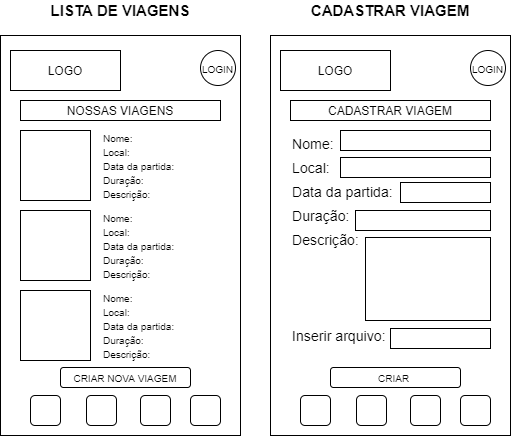
Before: semana10/LabeX/lista_cadastro-de-viagens.png, a diagram exported from draw.io (future4code/Carolina-Muniz). Source tidied: cells renumbered, new cells last; positions are measured from the earlier drawing's top-left corner, leaving out a move shared by most shapes.
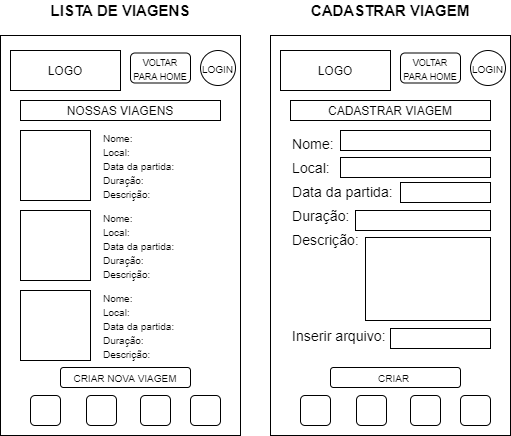
After the change.

What changed in the source:
```diff
@@ -101,5 +101,11 @@
     <mxCell id="34" style="rounded=0;whiteSpace=wrap;html=1;" parent="1" vertex="1">
       <mxGeometry x="390" y="328" width="100" height="20" as="geometry" />
     </mxCell>
+    <mxCell id="35" value="&lt;font style=&quot;font-size: 9px&quot;&gt;VOLTAR PARA HOME&lt;/font&gt;" style="rounded=1;whiteSpace=wrap;html=1;" parent="1" vertex="1">
+      <mxGeometry x="130" y="52.5" width="60" height="30" as="geometry" />
+    </mxCell>
+    <mxCell id="36" value="&lt;font style=&quot;font-size: 9px&quot;&gt;VOLTAR PARA HOME&lt;/font&gt;" style="rounded=1;whiteSpace=wrap;html=1;" parent="1" vertex="1">
+      <mxGeometry x="400" y="52.5" width="60" height="30" as="geometry" />
+    </mxCell>
   </root>
 </mxGraphModel>
```
